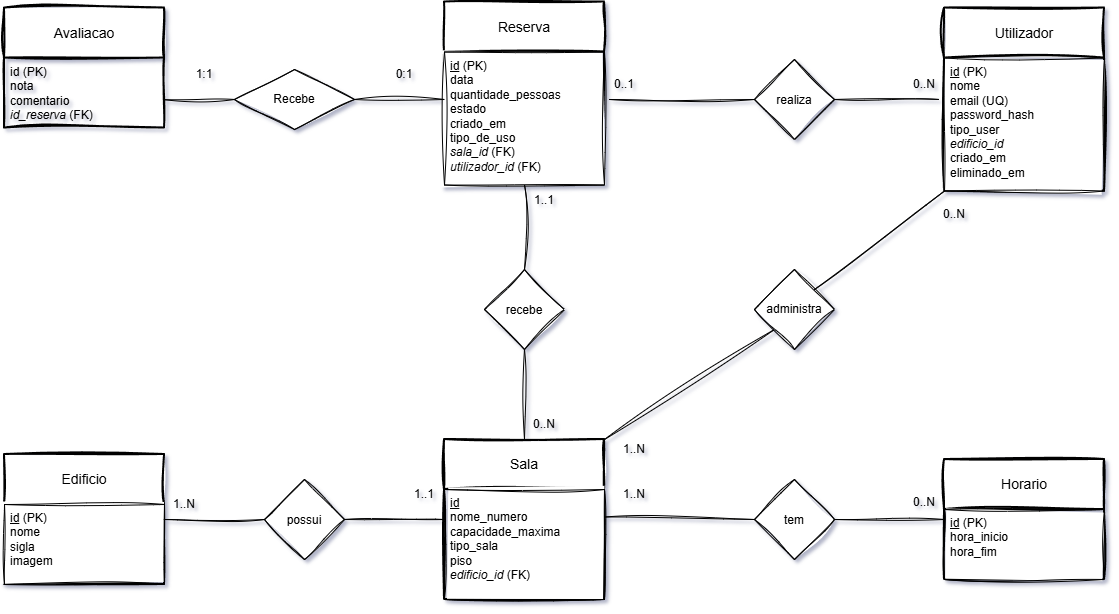
Before: LAPR_projeto.drawio.png, a diagram exported from draw.io (TiagoCC23/2024118083_2024116801-LAPRTP1). Source tidied: cells renumbered, new cells last; positions are measured from the earlier drawing's top-left corner, leaving out a move shared by most shapes.
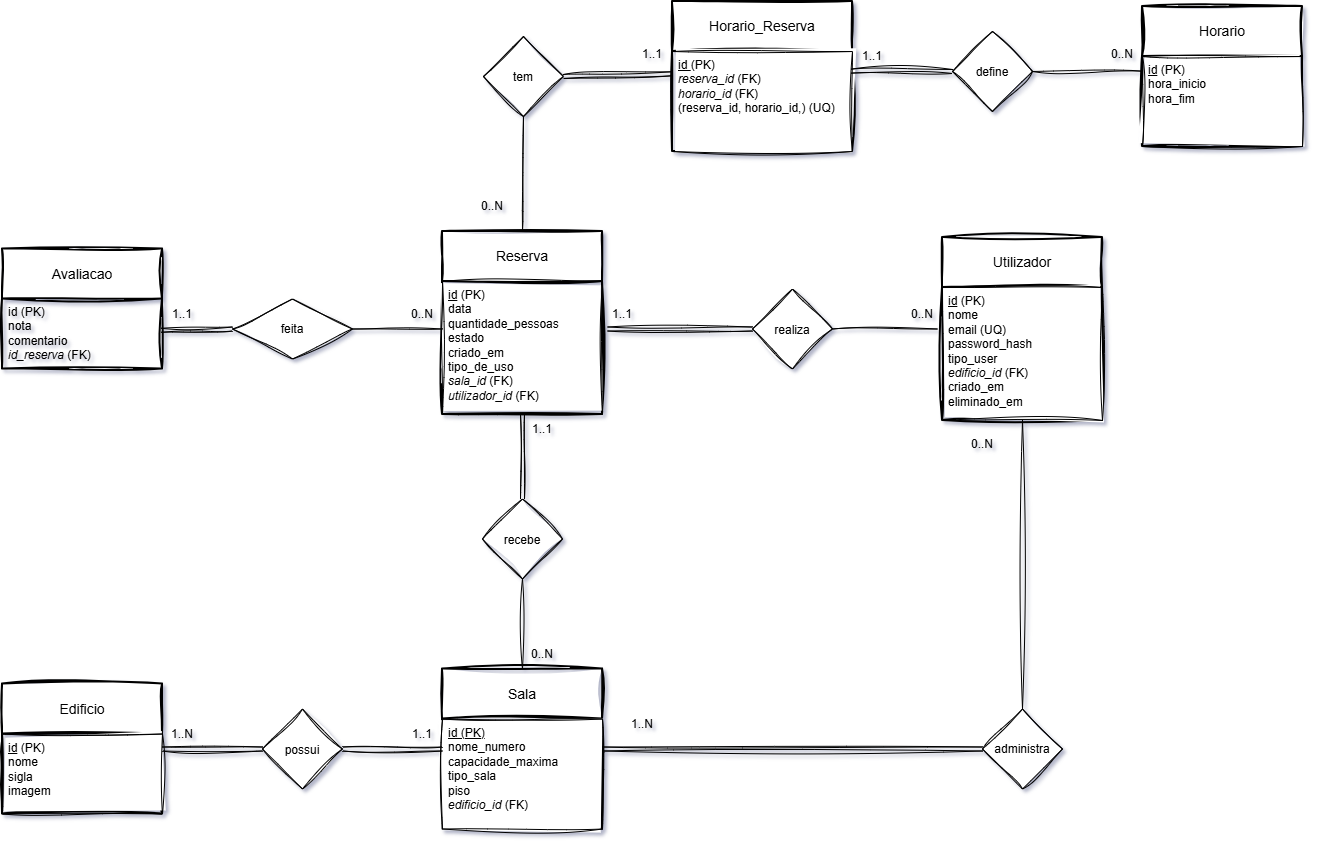
After the change.

Diff of the diagram source:
```diff
@@ -1,2 +1,2 @@
-<mxGraphModel shadow="1">
+<mxGraphModel background="light-dark(#ffffff, #121212)" shadow="1">
   <root>
@@ -16,10 +16,10 @@
     </mxCell>
-    <mxCell id="6" value="&lt;u&gt;id&lt;/u&gt;&lt;div&gt;nome_numero&lt;/div&gt;&lt;div&gt;capacidade_maxima&lt;/div&gt;&lt;div&gt;tipo_sala&lt;/div&gt;&lt;div&gt;piso&lt;/div&gt;&lt;div&gt;&lt;i&gt;edificio_id&amp;nbsp;&lt;/i&gt;&lt;span style=&quot;background-color: transparent; color: light-dark(rgb(0, 0, 0), rgb(255, 255, 255));&quot;&gt;(FK)&lt;/span&gt;&lt;/div&gt;" style="align=left;spacingLeft=4;spacingRight=4;fontSize=12;verticalAlign=top;html=1;whiteSpace=wrap;shadow=0;rounded=0;sketch=1;curveFitting=1;jiggle=2;" parent="5" vertex="1">
-      <mxGeometry y="50" width="160" height="110" as="geometry" />
-    </mxCell>
+    <mxCell id="45" value="&lt;u&gt;id (PK)&lt;/u&gt;&lt;div&gt;nome_numero&lt;/div&gt;&lt;div&gt;capacidade_maxima&lt;/div&gt;&lt;div&gt;tipo_sala&lt;/div&gt;&lt;div&gt;piso&lt;/div&gt;&lt;div&gt;&lt;i&gt;edificio_id&amp;nbsp;&lt;/i&gt;&lt;span style=&quot;background-color: transparent; color: light-dark(rgb(0, 0, 0), rgb(255, 255, 255));&quot;&gt;(FK)&lt;/span&gt;&lt;/div&gt;" style="align=left;spacingLeft=4;spacingRight=4;fontSize=12;verticalAlign=top;html=1;whiteSpace=wrap;shadow=0;rounded=0;sketch=1;curveFitting=1;jiggle=2;" parent="5" vertex="1">
+      <mxGeometry y="50" width="160" height="110" as="geometry" />
+    </mxCell>
     <mxCell id="7" value="Horario" style="swimlane;horizontal=1;startSize=50;rounded=0;fontSize=14;fontStyle=0;strokeWidth=2;shadow=0;dashed=0;align=center;arcSize=0;whiteSpace=wrap;html=1;sketch=1;curveFitting=1;jiggle=2;" parent="1" vertex="1">
-      <mxGeometry x="940" y="458" width="160" height="120" as="geometry" />
+      <mxGeometry x="1140" y="-224.5" width="160" height="140" as="geometry" />
     </mxCell>
     <mxCell id="8" value="&lt;u&gt;id&lt;/u&gt;&amp;nbsp;(PK)&lt;div&gt;hora_inicio&lt;/div&gt;&lt;div&gt;hora_fim&lt;/div&gt;" style="align=left;spacingLeft=4;spacingRight=4;fontSize=12;verticalAlign=top;html=1;whiteSpace=wrap;shadow=0;rounded=0;sketch=1;curveFitting=1;jiggle=2;" parent="7" vertex="1">
-      <mxGeometry y="50" width="160" height="70" as="geometry" />
+      <mxGeometry y="50" width="160" height="90" as="geometry" />
     </mxCell>
@@ -28,5 +28,5 @@
     </mxCell>
-    <mxCell id="10" value="&lt;u&gt;id&lt;/u&gt;&amp;nbsp;(PK)&lt;div&gt;nome&lt;/div&gt;&lt;div&gt;email (UQ)&lt;/div&gt;&lt;div&gt;password_hash&lt;/div&gt;&lt;div&gt;tipo_user&lt;/div&gt;&lt;div&gt;&lt;i&gt;edificio_id&lt;/i&gt;&lt;/div&gt;&lt;div&gt;&lt;span style=&quot;background-color: transparent; color: light-dark(rgb(0, 0, 0), rgb(255, 255, 255));&quot;&gt;criado_em&lt;/span&gt;&lt;/div&gt;&lt;div&gt;eliminado_em&lt;/div&gt;" style="align=left;spacingLeft=4;spacingRight=4;fontSize=12;verticalAlign=top;html=1;whiteSpace=wrap;shadow=0;rounded=0;sketch=1;curveFitting=1;jiggle=2;" parent="9" vertex="1">
-      <mxGeometry y="50" width="160" height="133" as="geometry" />
-    </mxCell>
+    <mxCell id="46" value="&lt;u&gt;id&lt;/u&gt;&amp;nbsp;(PK)&lt;div&gt;nome&lt;/div&gt;&lt;div&gt;email (UQ)&lt;/div&gt;&lt;div&gt;password_hash&lt;/div&gt;&lt;div&gt;tipo_user&lt;/div&gt;&lt;div&gt;&lt;i&gt;edificio_id&lt;/i&gt;&amp;nbsp;(FK)&lt;/div&gt;&lt;div&gt;&lt;span style=&quot;background-color: transparent; color: light-dark(rgb(0, 0, 0), rgb(255, 255, 255));&quot;&gt;criado_em&lt;/span&gt;&lt;/div&gt;&lt;div&gt;eliminado_em&lt;/div&gt;" style="align=left;spacingLeft=4;spacingRight=4;fontSize=12;verticalAlign=top;html=1;whiteSpace=wrap;shadow=0;rounded=0;sketch=1;curveFitting=1;jiggle=2;" parent="9" vertex="1">
+      <mxGeometry y="50" width="160" height="133" as="geometry" />
+    </mxCell>
     <mxCell id="11" value="Reserva" style="swimlane;horizontal=1;startSize=50;rounded=0;fontSize=14;fontStyle=0;strokeWidth=2;shadow=0;dashed=0;align=center;arcSize=0;whiteSpace=wrap;html=1;sketch=1;curveFitting=1;jiggle=2;" parent="1" vertex="1">
@@ -40,5 +40,5 @@
     </mxCell>
-    <mxCell id="14" value="tem" style="rhombus;whiteSpace=wrap;html=1;shapeInside=1;shadow=0;rounded=0;sketch=1;curveFitting=1;jiggle=2;" parent="1" vertex="1">
-      <mxGeometry x="750" y="478" width="80" height="80" as="geometry" />
-    </mxCell>
+    <mxCell id="47" value="define" style="rhombus;whiteSpace=wrap;html=1;shapeInside=1;shadow=0;rounded=0;sketch=1;curveFitting=1;jiggle=2;" parent="1" vertex="1">
+      <mxGeometry x="950" y="-199.5" width="80" height="80" as="geometry" />
+    </mxCell>
     <mxCell id="15" value="recebe" style="rhombus;whiteSpace=wrap;html=1;shapeInside=1;shadow=0;rounded=0;sketch=1;curveFitting=1;jiggle=2;" parent="1" vertex="1">
@@ -49,45 +49,42 @@
     </mxCell>
-    <mxCell id="17" style="endArrow=none;html=1;rounded=0;exitX=1;exitY=0.5;exitDx=0;exitDy=0;shadow=0;sketch=1;curveFitting=1;jiggle=2;" parent="1" edge="1" source="2" target="16">
+    <mxCell id="17" style="endArrow=none;html=1;rounded=0;exitX=1;exitY=0.5;exitDx=0;exitDy=0;shadow=0;sketch=1;curveFitting=1;jiggle=2;shape=link;" parent="1" edge="1" source="2" target="16">
       <mxGeometry relative="1" as="geometry" />
     </mxCell>
-    <mxCell id="18" style="endArrow=none;html=1;rounded=0;entryX=0;entryY=0.5;entryDx=0;entryDy=0;shadow=0;exitX=1;exitY=0.25;exitDx=0;exitDy=0;sketch=1;curveFitting=1;jiggle=2;" parent="1" edge="1" source="6" target="14">
-      <mxGeometry relative="1" as="geometry" />
-    </mxCell>
-    <mxCell id="19" style="endArrow=none;html=1;rounded=0;entryX=1;entryY=0.5;entryDx=0;entryDy=0;exitX=0;exitY=0.5;exitDx=0;exitDy=0;shadow=0;sketch=1;curveFitting=1;jiggle=2;" parent="1" edge="1" source="7" target="14">
-      <mxGeometry relative="1" as="geometry" />
-    </mxCell>
+    <mxCell id="48" style="endArrow=none;html=1;rounded=0;entryX=1;entryY=0.5;entryDx=0;entryDy=0;exitX=-0.012;exitY=0.162;exitDx=0;exitDy=0;shadow=0;sketch=1;curveFitting=1;jiggle=2;exitPerimeter=0;" parent="1" edge="1" source="8" target="47">
+      <mxGeometry relative="1" as="geometry" />
+    </mxCell>
-    <mxCell id="20" style="endArrow=none;html=1;rounded=0;entryX=1;entryY=0.5;entryDx=0;entryDy=0;exitX=0;exitY=0.5;exitDx=0;exitDy=0;shadow=0;sketch=1;curveFitting=1;jiggle=2;" parent="1" edge="1" source="5" target="16">
+    <mxCell id="20" style="endArrow=none;html=1;rounded=0;entryX=1;entryY=0.5;entryDx=0;entryDy=0;exitX=0;exitY=0.5;exitDx=0;exitDy=0;shadow=0;sketch=1;curveFitting=1;jiggle=2;shape=link;" parent="1" edge="1" source="5" target="16">
       <mxGeometry relative="1" as="geometry" />
     </mxCell>
-    <mxCell id="21" value="1..N" style="text;html=1;whiteSpace=wrap;align=center;verticalAlign=middle;rounded=0;shadow=0;sketch=1;curveFitting=1;jiggle=2;" parent="1" vertex="1">
-      <mxGeometry x="150" y="488" width="60" height="30" as="geometry" />
-    </mxCell>
-    <mxCell id="22" value="1..1" style="text;html=1;whiteSpace=wrap;align=center;verticalAlign=middle;rounded=0;shadow=0;sketch=1;curveFitting=1;jiggle=2;" parent="1" vertex="1">
-      <mxGeometry x="390" y="478" width="60" height="30" as="geometry" />
-    </mxCell>
-    <mxCell id="23" value="0..N" style="text;html=1;whiteSpace=wrap;align=center;verticalAlign=middle;rounded=0;shadow=0;sketch=1;curveFitting=1;jiggle=2;" parent="1" vertex="1">
-      <mxGeometry x="890" y="68" width="60" height="30" as="geometry" />
-    </mxCell>
-    <mxCell id="24" value="0..1" style="text;html=1;whiteSpace=wrap;align=center;verticalAlign=middle;rounded=0;shadow=0;sketch=1;curveFitting=1;jiggle=2;" parent="1" vertex="1">
-      <mxGeometry x="590" y="68" width="60" height="30" as="geometry" />
-    </mxCell>
-    <mxCell id="25" value="1..1" style="text;html=1;whiteSpace=wrap;align=center;verticalAlign=middle;rounded=0;shadow=0;sketch=1;curveFitting=1;jiggle=2;" parent="1" vertex="1">
-      <mxGeometry x="510" y="183.5" width="60" height="30" as="geometry" />
-    </mxCell>
-    <mxCell id="26" value="0..N" style="text;html=1;whiteSpace=wrap;align=center;verticalAlign=middle;rounded=0;shadow=0;sketch=1;curveFitting=1;jiggle=2;" parent="1" vertex="1">
-      <mxGeometry x="510" y="408" width="60" height="30" as="geometry" />
-    </mxCell>
-    <mxCell id="27" value="1..N" style="text;html=1;whiteSpace=wrap;align=center;verticalAlign=middle;rounded=0;shadow=0;sketch=1;curveFitting=1;jiggle=2;" parent="1" vertex="1">
-      <mxGeometry x="600" y="478" width="60" height="30" as="geometry" />
-    </mxCell>
-    <mxCell id="28" value="0..N" style="text;html=1;whiteSpace=wrap;align=center;verticalAlign=middle;rounded=0;shadow=0;sketch=1;curveFitting=1;jiggle=2;" parent="1" vertex="1">
-      <mxGeometry x="890" y="486" width="60" height="30" as="geometry" />
-    </mxCell>
-    <mxCell id="29" style="endArrow=none;html=1;rounded=0;hachureGap=4;fontFamily=Architects Daughter;fontSource=https%3A%2F%2Ffonts.googleapis.com%2Fcss%3Ffamily%3DArchitects%2BDaughter;exitX=0.25;exitY=1;exitDx=0;exitDy=0;entryX=0;entryY=0.5;entryDx=0;entryDy=0;sketch=1;curveFitting=1;jiggle=2;" parent="1" edge="1" source="24" target="13">
-      <mxGeometry relative="1" as="geometry" />
-    </mxCell>
-    <mxCell id="30" style="endArrow=none;html=1;rounded=0;hachureGap=4;fontFamily=Architects Daughter;fontSource=https%3A%2F%2Ffonts.googleapis.com%2Fcss%3Ffamily%3DArchitects%2BDaughter;entryX=1;entryY=0.5;entryDx=0;entryDy=0;exitX=0.75;exitY=1;exitDx=0;exitDy=0;sketch=1;curveFitting=1;jiggle=2;" parent="1" edge="1" source="23" target="13">
-      <mxGeometry relative="1" as="geometry" />
-    </mxCell>
+    <mxCell id="49" value="1..N" style="text;html=1;whiteSpace=wrap;align=center;verticalAlign=middle;rounded=0;shadow=0;sketch=1;curveFitting=1;jiggle=2;" parent="1" vertex="1">
+      <mxGeometry x="150" y="488" width="60" height="30" as="geometry" />
+    </mxCell>
+    <mxCell id="50" value="1..1" style="text;html=1;whiteSpace=wrap;align=center;verticalAlign=middle;rounded=0;shadow=0;sketch=1;curveFitting=1;jiggle=2;" parent="1" vertex="1">
+      <mxGeometry x="390" y="488" width="60" height="30" as="geometry" />
+    </mxCell>
+    <mxCell id="51" value="0..N" style="text;html=1;whiteSpace=wrap;align=center;verticalAlign=middle;rounded=0;shadow=0;sketch=1;curveFitting=1;jiggle=2;" parent="1" vertex="1">
+      <mxGeometry x="890" y="68" width="60" height="30" as="geometry" />
+    </mxCell>
+    <mxCell id="52" value="1..1" style="text;html=1;whiteSpace=wrap;align=center;verticalAlign=middle;rounded=0;shadow=0;sketch=1;curveFitting=1;jiggle=2;" parent="1" vertex="1">
+      <mxGeometry x="590" y="68" width="60" height="30" as="geometry" />
+    </mxCell>
+    <mxCell id="53" value="1..1" style="text;html=1;whiteSpace=wrap;align=center;verticalAlign=middle;rounded=0;shadow=0;sketch=1;curveFitting=1;jiggle=2;" parent="1" vertex="1">
+      <mxGeometry x="510" y="183.5" width="60" height="30" as="geometry" />
+    </mxCell>
+    <mxCell id="54" value="0..N" style="text;html=1;whiteSpace=wrap;align=center;verticalAlign=middle;rounded=0;shadow=0;sketch=1;curveFitting=1;jiggle=2;" parent="1" vertex="1">
+      <mxGeometry x="510" y="408" width="60" height="30" as="geometry" />
+    </mxCell>
+    <mxCell id="55" value="0..N" style="text;html=1;whiteSpace=wrap;align=center;verticalAlign=middle;rounded=0;shadow=0;sketch=1;curveFitting=1;jiggle=2;" parent="1" vertex="1">
+      <mxGeometry x="460" y="-39.5" width="60" height="30" as="geometry" />
+    </mxCell>
+    <mxCell id="56" value="0..N" style="text;html=1;whiteSpace=wrap;align=center;verticalAlign=middle;rounded=0;shadow=0;sketch=1;curveFitting=1;jiggle=2;" parent="1" vertex="1">
+      <mxGeometry x="1090" y="-191.5" width="60" height="30" as="geometry" />
+    </mxCell>
+    <mxCell id="57" style="endArrow=none;html=1;rounded=0;hachureGap=4;fontFamily=Architects Daughter;fontSource=https%3A%2F%2Ffonts.googleapis.com%2Fcss%3Ffamily%3DArchitects%2BDaughter;exitX=0.25;exitY=1;exitDx=0;exitDy=0;entryX=0;entryY=0.5;entryDx=0;entryDy=0;sketch=1;curveFitting=1;jiggle=2;shape=link;" parent="1" edge="1" source="52" target="13">
+      <mxGeometry relative="1" as="geometry" />
+    </mxCell>
+    <mxCell id="58" style="endArrow=none;html=1;rounded=0;hachureGap=4;fontFamily=Architects Daughter;fontSource=https%3A%2F%2Ffonts.googleapis.com%2Fcss%3Ffamily%3DArchitects%2BDaughter;entryX=1;entryY=0.5;entryDx=0;entryDy=0;exitX=0.75;exitY=1;exitDx=0;exitDy=0;sketch=1;curveFitting=1;jiggle=2;" parent="1" edge="1" source="51" target="13">
+      <mxGeometry relative="1" as="geometry" />
+    </mxCell>
-    <mxCell id="31" style="endArrow=none;html=1;rounded=0;hachureGap=4;fontFamily=Architects Daughter;fontSource=https%3A%2F%2Ffonts.googleapis.com%2Fcss%3Ffamily%3DArchitects%2BDaughter;entryX=0.5;entryY=0;entryDx=0;entryDy=0;exitX=0.5;exitY=1;exitDx=0;exitDy=0;sketch=1;curveFitting=1;jiggle=2;" parent="1" edge="1" source="12" target="15">
+    <mxCell id="31" style="endArrow=none;html=1;rounded=0;hachureGap=4;fontFamily=Architects Daughter;fontSource=https%3A%2F%2Ffonts.googleapis.com%2Fcss%3Ffamily%3DArchitects%2BDaughter;entryX=0.5;entryY=0;entryDx=0;entryDy=0;exitX=0.5;exitY=1;exitDx=0;exitDy=0;sketch=1;curveFitting=1;jiggle=2;shape=link;" parent="1" edge="1" source="12" target="15">
       <mxGeometry relative="1" as="geometry" />
@@ -98,18 +95,18 @@
     <mxCell id="33" value="administra" style="rhombus;whiteSpace=wrap;html=1;shapeInside=1;shadow=0;rounded=0;sketch=1;curveFitting=1;jiggle=2;" parent="1" vertex="1">
-      <mxGeometry x="750" y="268" width="80" height="80" as="geometry" />
+      <mxGeometry x="980" y="478" width="80" height="80" as="geometry" />
     </mxCell>
-    <mxCell id="34" style="endArrow=none;html=1;rounded=0;hachureGap=4;fontFamily=Architects Daughter;fontSource=https%3A%2F%2Ffonts.googleapis.com%2Fcss%3Ffamily%3DArchitects%2BDaughter;exitX=1;exitY=0;exitDx=0;exitDy=0;entryX=0;entryY=1;entryDx=0;entryDy=0;sketch=1;curveFitting=1;jiggle=2;" parent="1" edge="1" source="5" target="33">
+    <mxCell id="34" style="endArrow=none;html=1;rounded=0;hachureGap=4;fontFamily=Architects Daughter;fontSource=https%3A%2F%2Ffonts.googleapis.com%2Fcss%3Ffamily%3DArchitects%2BDaughter;exitX=1;exitY=0.5;exitDx=0;exitDy=0;entryX=0;entryY=0.5;entryDx=0;entryDy=0;sketch=1;curveFitting=1;jiggle=2;shape=link;" parent="1" edge="1" source="5" target="33">
       <mxGeometry relative="1" as="geometry" />
     </mxCell>
-    <mxCell id="35" style="endArrow=none;html=1;rounded=0;hachureGap=4;fontFamily=Architects Daughter;fontSource=https%3A%2F%2Ffonts.googleapis.com%2Fcss%3Ffamily%3DArchitects%2BDaughter;exitX=1;exitY=0;exitDx=0;exitDy=0;entryX=0;entryY=1;entryDx=0;entryDy=0;sketch=1;curveFitting=1;jiggle=2;" parent="1" edge="1" source="33" target="10">
-      <mxGeometry relative="1" as="geometry" />
-    </mxCell>
-    <mxCell id="36" value="0..N" style="text;html=1;whiteSpace=wrap;align=center;verticalAlign=middle;rounded=0;shadow=0;sketch=1;curveFitting=1;jiggle=2;" parent="1" vertex="1">
-      <mxGeometry x="920" y="198" width="60" height="30" as="geometry" />
-    </mxCell>
-    <mxCell id="37" value="1..N" style="text;html=1;whiteSpace=wrap;align=center;verticalAlign=middle;rounded=0;shadow=0;sketch=1;curveFitting=1;jiggle=2;" parent="1" vertex="1">
-      <mxGeometry x="600" y="433" width="60" height="30" as="geometry" />
-    </mxCell>
+    <mxCell id="59" style="endArrow=none;html=1;rounded=0;hachureGap=4;fontFamily=Architects Daughter;fontSource=https%3A%2F%2Ffonts.googleapis.com%2Fcss%3Ffamily%3DArchitects%2BDaughter;exitX=0.5;exitY=0;exitDx=0;exitDy=0;sketch=1;curveFitting=1;jiggle=2;entryX=0.5;entryY=1;entryDx=0;entryDy=0;" parent="1" edge="1" source="33" target="46">
+      <mxGeometry relative="1" as="geometry" />
+    </mxCell>
+    <mxCell id="60" value="0..N" style="text;html=1;whiteSpace=wrap;align=center;verticalAlign=middle;rounded=0;shadow=0;sketch=1;curveFitting=1;jiggle=2;" parent="1" vertex="1">
+      <mxGeometry x="950" y="198" width="60" height="30" as="geometry" />
+    </mxCell>
+    <mxCell id="61" value="1..N" style="text;html=1;whiteSpace=wrap;align=center;verticalAlign=middle;rounded=0;shadow=0;sketch=1;curveFitting=1;jiggle=2;" parent="1" vertex="1">
+      <mxGeometry x="610" y="478" width="60" height="30" as="geometry" />
+    </mxCell>
     <mxCell id="38" value="Avaliacao" style="swimlane;horizontal=1;startSize=50;rounded=0;fontSize=14;fontStyle=0;strokeWidth=2;shadow=0;dashed=0;align=center;arcSize=4;whiteSpace=wrap;html=1;swimlaneLine=1;sketch=1;curveFitting=1;jiggle=2;" parent="1" vertex="1">
-      <mxGeometry y="6.5" width="160" height="120" as="geometry" />
+      <mxGeometry y="18" width="160" height="120" as="geometry" />
     </mxCell>
@@ -118,19 +115,43 @@
     </mxCell>
-    <mxCell id="40" value="Recebe" style="shape=rhombus;perimeter=rhombusPerimeter;whiteSpace=wrap;html=1;align=center;sketch=1;curveFitting=1;jiggle=2;" parent="1" vertex="1">
-      <mxGeometry x="230" y="68" width="120" height="60" as="geometry" />
-    </mxCell>
-    <mxCell id="41" style="endArrow=none;html=1;rounded=0;exitX=1;exitY=0.5;exitDx=0;exitDy=0;sketch=1;curveFitting=1;jiggle=2;" parent="1" edge="1" source="40">
-      <mxGeometry relative="1" as="geometry">
-        <mxPoint x="440" y="98" as="targetPoint" />
-      </mxGeometry>
-    </mxCell>
-    <mxCell id="42" style="endArrow=none;html=1;rounded=0;entryX=0;entryY=0.5;entryDx=0;entryDy=0;exitX=1.002;exitY=0.596;exitDx=0;exitDy=0;exitPerimeter=0;sketch=1;curveFitting=1;jiggle=2;" parent="1" edge="1" source="39" target="40">
-      <mxGeometry relative="1" as="geometry" />
-    </mxCell>
-    <mxCell id="43" value="0:1" style="text;html=1;whiteSpace=wrap;strokeColor=none;fillColor=none;align=center;verticalAlign=middle;rounded=0;" parent="1" vertex="1">
-      <mxGeometry x="370" y="58" width="60" height="30" as="geometry" />
-    </mxCell>
-    <mxCell id="44" value="1:1" style="text;html=1;whiteSpace=wrap;strokeColor=none;fillColor=none;align=center;verticalAlign=middle;rounded=0;" parent="1" vertex="1">
-      <mxGeometry x="170" y="58" width="60" height="30" as="geometry" />
-    </mxCell>
+    <mxCell id="62" value="feita" style="shape=rhombus;perimeter=rhombusPerimeter;whiteSpace=wrap;html=1;align=center;sketch=1;curveFitting=1;jiggle=2;" parent="1" vertex="1">
+      <mxGeometry x="230" y="68" width="120" height="60" as="geometry" />
+    </mxCell>
+    <mxCell id="63" style="endArrow=none;html=1;rounded=0;exitX=1;exitY=0.5;exitDx=0;exitDy=0;sketch=1;curveFitting=1;jiggle=2;" parent="1" edge="1" source="62">
+      <mxGeometry relative="1" as="geometry">
+        <mxPoint x="440" y="98" as="targetPoint" />
+      </mxGeometry>
+    </mxCell>
+    <mxCell id="64" style="endArrow=none;html=1;rounded=0;entryX=0;entryY=0.5;entryDx=0;entryDy=0;exitX=0.148;exitY=1.042;exitDx=0;exitDy=0;exitPerimeter=0;shape=link;sketch=1;curveFitting=1;jiggle=2;" parent="1" edge="1" source="66" target="62">
+      <mxGeometry relative="1" as="geometry" />
+    </mxCell>
+    <mxCell id="65" value="0..N" style="text;html=1;whiteSpace=wrap;strokeColor=none;fillColor=none;align=center;verticalAlign=middle;rounded=0;" parent="1" vertex="1">
+      <mxGeometry x="390" y="68" width="60" height="30" as="geometry" />
+    </mxCell>
+    <mxCell id="66" value="1..1" style="text;html=1;whiteSpace=wrap;strokeColor=none;fillColor=none;align=center;verticalAlign=middle;rounded=0;" parent="1" vertex="1">
+      <mxGeometry x="150" y="68" width="60" height="30" as="geometry" />
+    </mxCell>
+    <mxCell id="67" value="Horario_Reserva" style="swimlane;horizontal=1;startSize=50;rounded=0;fontSize=14;fontStyle=0;strokeWidth=2;shadow=0;dashed=0;align=center;arcSize=0;whiteSpace=wrap;html=1;sketch=1;curveFitting=1;jiggle=2;" parent="1" vertex="1">
+      <mxGeometry x="670" y="-229.5" width="180" height="150" as="geometry" />
+    </mxCell>
+    <mxCell id="68" value="&lt;div&gt;&lt;u&gt;id &lt;/u&gt;(PK)&lt;/div&gt;&lt;i&gt;reserva_id&amp;nbsp;&lt;/i&gt;(FK)&lt;div&gt;&lt;i&gt;horario_id&lt;/i&gt;&amp;nbsp;(FK)&lt;/div&gt;&lt;div&gt;(reserva_id, horario_id,) (UQ)&lt;/div&gt;" style="align=left;spacingLeft=4;spacingRight=4;fontSize=12;verticalAlign=top;html=1;whiteSpace=wrap;shadow=0;rounded=0;sketch=1;curveFitting=1;jiggle=2;" parent="67" vertex="1">
+      <mxGeometry y="50" width="180" height="100" as="geometry" />
+    </mxCell>
+    <mxCell id="14" value="tem" style="rhombus;whiteSpace=wrap;html=1;shapeInside=1;shadow=0;rounded=0;sketch=1;curveFitting=1;jiggle=2;" parent="1" vertex="1">
+      <mxGeometry x="481" y="-194.5" width="80" height="80" as="geometry" />
+    </mxCell>
+    <mxCell id="69" style="endArrow=none;html=1;rounded=0;entryX=1;entryY=0.5;entryDx=0;entryDy=0;exitX=-0.005;exitY=0.223;exitDx=0;exitDy=0;shadow=0;sketch=1;curveFitting=1;jiggle=2;exitPerimeter=0;shape=link;" parent="1" edge="1" source="68" target="14">
+      <mxGeometry relative="1" as="geometry" />
+    </mxCell>
+    <mxCell id="70" value="1..1" style="text;html=1;whiteSpace=wrap;align=center;verticalAlign=middle;rounded=0;shadow=0;sketch=1;curveFitting=1;jiggle=2;" parent="1" vertex="1">
+      <mxGeometry x="620" y="-191.5" width="60" height="30" as="geometry" />
+    </mxCell>
+    <mxCell id="71" value="1..1" style="text;html=1;whiteSpace=wrap;align=center;verticalAlign=middle;rounded=0;shadow=0;sketch=1;curveFitting=1;jiggle=2;" parent="1" vertex="1">
+      <mxGeometry x="840" y="-189.5" width="60" height="30" as="geometry" />
+    </mxCell>
+    <mxCell id="72" style="endArrow=none;html=1;rounded=0;entryX=0.994;entryY=0.196;entryDx=0;entryDy=0;exitX=0;exitY=0.5;exitDx=0;exitDy=0;shadow=0;sketch=1;curveFitting=1;jiggle=2;entryPerimeter=0;shape=link;" parent="1" edge="1" source="47" target="68">
+      <mxGeometry relative="1" as="geometry" />
+    </mxCell>
+    <mxCell id="73" style="endArrow=none;html=1;rounded=0;exitX=0.5;exitY=0;exitDx=0;exitDy=0;entryX=0.5;entryY=1;entryDx=0;entryDy=0;sketch=1;curveFitting=1;jiggle=2;" parent="1" edge="1" source="11" target="14">
+      <mxGeometry relative="1" as="geometry" />
+    </mxCell>
   </root>
```
